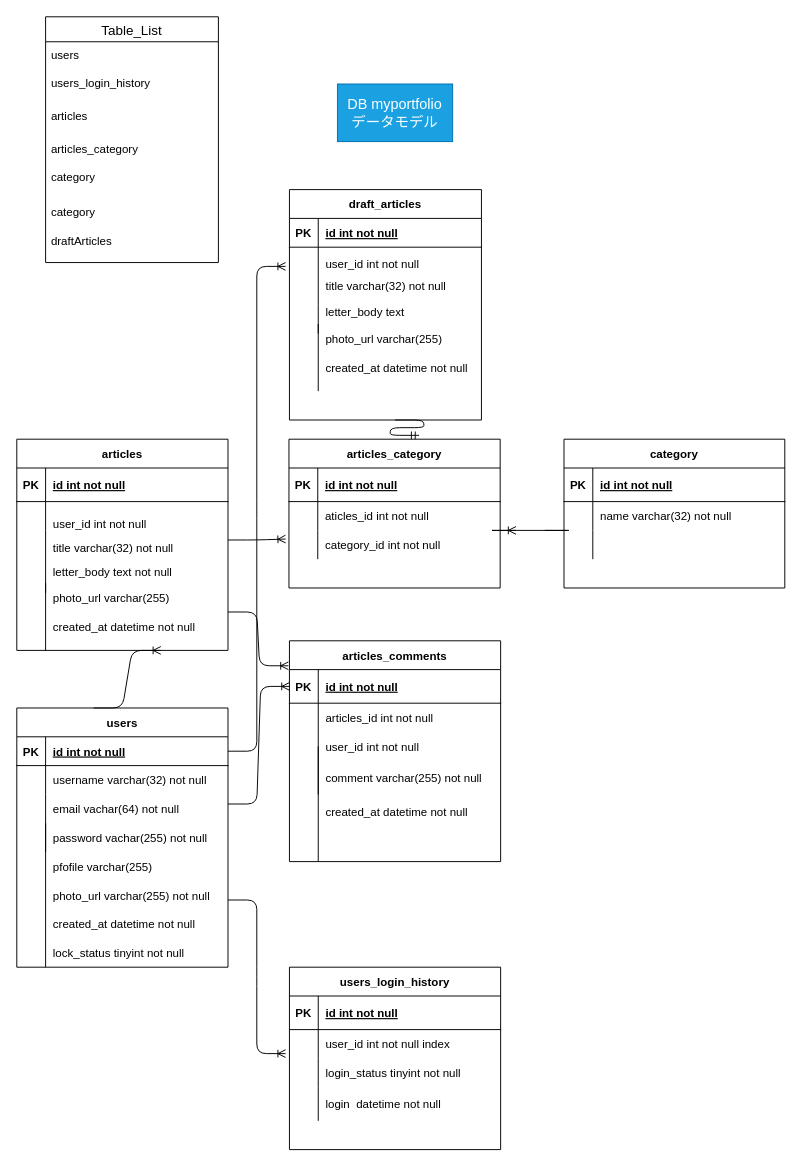
hirohana/technologypost-backend keeps this draw.io diagram as db.dio. Above is the earlier version. Source tidied: cells renumbered, new cells numbered last; positions are measured from the earlier drawing's top-left corner, leaving out a move shared by most shapes. Both pictures are drawn from the tidied source at 96%, with x=0, y=0 at pixel (16, 16).
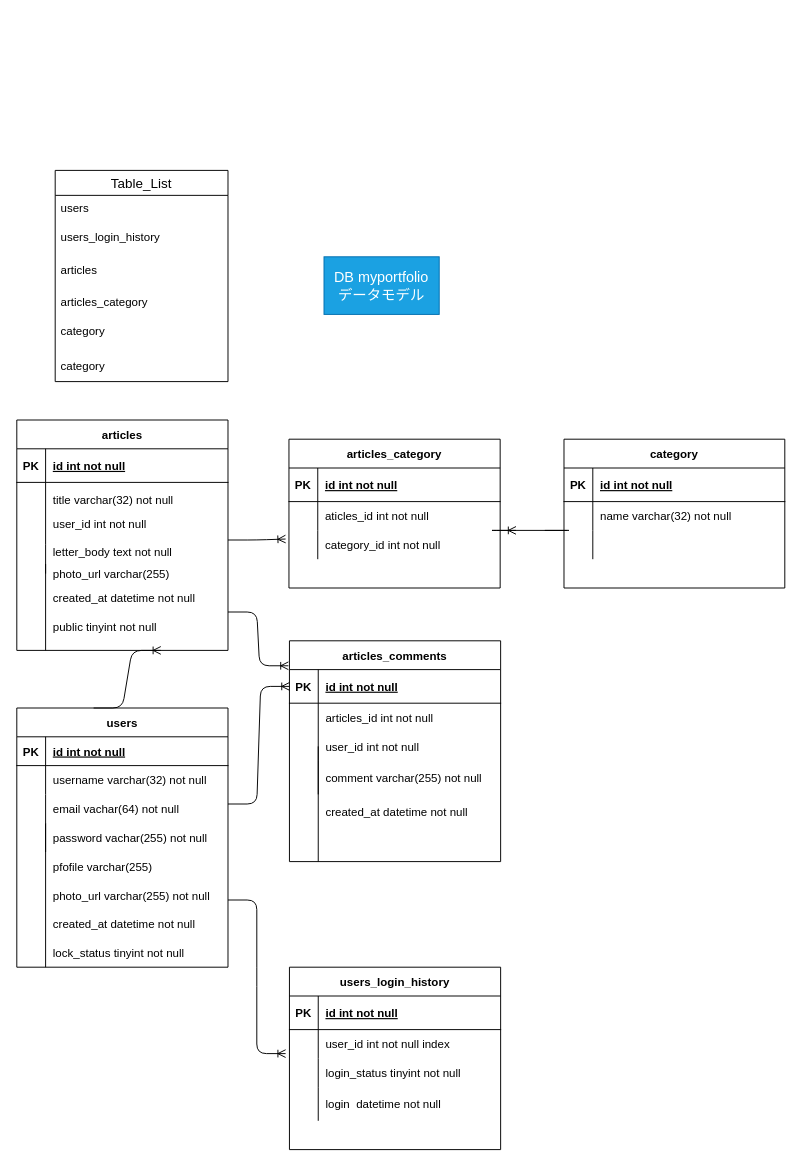
Above is the later version.

The change refers to these unchanged cells:
```xml
<mxCell id="3" style="shape=partialRectangle;fillColor=none;top=0;left=0;bottom=1;right=0;points=[[0,0.5],[1,0.5]];portConstraint=eastwest;" parent="2" vertex="1">
  <mxGeometry y="30" width="220" height="30" as="geometry" />
</mxCell>
<mxCell id="66" value="articles_category" style="shape=table;startSize=30;childLayout=tableLayout;rowLines=0;fontStyle=1;align=center;" parent="1" vertex="1">
  <mxGeometry x="283.5" y="440" width="220" height="155" as="geometry" />
</mxCell>
```

Diff of the diagram source:
```diff
@@
     <mxCell id="15" value="&lt;font style=&quot;font-size: 15px&quot;&gt;DB myportfolio&lt;br&gt;データモデル&lt;/font&gt;" style="whiteSpace=wrap;html=1;fillColor=#1ba1e2;fontColor=#ffffff;strokeColor=#006EAF;" parent="1" vertex="1">
-      <mxGeometry x="334" y="70" width="120" height="60" as="geometry" />
+      <mxGeometry x="320" y="250" width="120" height="60" as="geometry" />
     </mxCell>
     <mxCell id="16" value="articles" style="shape=table;startSize=30;childLayout=tableLayout;rowLines=0;fontStyle=1;align=center;" parent="1" vertex="1">
-      <mxGeometry y="440" width="220" height="220" as="geometry" />
+      <mxGeometry y="420" width="220" height="240" as="geometry" />
     </mxCell>
@@
+    <mxCell id="23" style="shape=partialRectangle;fillColor=none;top=0;left=0;bottom=0;right=0;" parent="16" vertex="1">
+      <mxGeometry y="65" width="220" height="35" as="geometry" />
+    </mxCell>
+    <mxCell id="24" style="shape=partialRectangle;fillColor=none;top=0;left=0;bottom=0;right=0;overflow=hidden;" parent="23" vertex="1">
+      <mxGeometry width="30" height="35" as="geometry" />
+    </mxCell>
+    <mxCell id="25" value="title varchar(32) not null" style="shape=partialRectangle;fillColor=none;top=0;left=0;bottom=0;right=0;align=left;spacingLeft=6;overflow=hidden;" parent="23" vertex="1">
+      <mxGeometry x="30" width="190" height="35" as="geometry" />
+    </mxCell>
     <mxCell id="20" style="shape=partialRectangle;fillColor=none;top=0;left=0;bottom=0;right=0;" parent="16" vertex="1">
-      <mxGeometry y="65" width="220" height="30" as="geometry" />
+      <mxGeometry y="100" width="220" height="30" as="geometry" />
     </mxCell>
@@
-    <mxCell id="23" style="shape=partialRectangle;fillColor=none;top=0;left=0;bottom=0;right=0;" parent="16" vertex="1">
-      <mxGeometry y="95" width="220" height="35" as="geometry" />
-    </mxCell>
-    <mxCell id="24" style="shape=partialRectangle;fillColor=none;top=0;left=0;bottom=0;right=0;overflow=hidden;" parent="23" vertex="1">
-      <mxGeometry width="30" height="35" as="geometry" />
-    </mxCell>
-    <mxCell id="25" value="title varchar(32) not null" style="shape=partialRectangle;fillColor=none;top=0;left=0;bottom=0;right=0;align=left;spacingLeft=6;overflow=hidden;" parent="23" vertex="1">
-      <mxGeometry x="30" width="190" height="35" as="geometry" />
-    </mxCell>
@@
     <mxCell id="29" style="shape=partialRectangle;fillColor=none;top=0;left=0;bottom=0;right=0;" parent="1" vertex="1">
-      <mxGeometry y="620" width="190" height="30" as="geometry" />
+      <mxGeometry y="590" width="190" height="30" as="geometry" />
     </mxCell>
@@
     <mxCell id="32" style="shape=partialRectangle;fillColor=none;top=0;left=0;bottom=0;right=0;" parent="1" vertex="1">
-      <mxGeometry y="590" width="180" height="30" as="geometry" />
+      <mxGeometry y="565" width="180" height="30" as="geometry" />
     </mxCell>
@@
     <mxCell id="35" style="endArrow=none;html=1;rounded=0;" parent="1" edge="1">
       <mxGeometry relative="1" as="geometry">
-        <mxPoint x="30" y="590" as="sourcePoint" />
+        <mxPoint x="30" y="570" as="sourcePoint" />
         <mxPoint x="30" y="660" as="targetPoint" />
       </mxGeometry>
     </mxCell>
@@
     <mxCell id="55" value="Table_List" style="swimlane;fontStyle=0;horizontal=1;startSize=26;align=center;fontSize=14;" parent="1" vertex="1">
-      <mxGeometry x="30" width="180" height="256" as="geometry" />
+      <mxGeometry x="40" y="160" width="180" height="220" as="geometry" />
     </mxCell>
@@
-    <mxCell id="62" value="draftArticles" style="text;strokeColor=none;fillColor=none;spacingLeft=4;spacingRight=4;overflow=hidden;fontSize=12;" parent="55" vertex="1">
-      <mxGeometry y="220" width="180" height="36" as="geometry" />
-    </mxCell>
     <mxCell id="63" value="letter_body text not null" style="shape=partialRectangle;fillColor=none;top=0;left=0;bottom=0;right=0;align=left;spacingLeft=6;overflow=hidden;" parent="1" vertex="1">
-      <mxGeometry x="30" y="560" width="190" height="35" as="geometry" />
+      <mxGeometry x="30" y="540" width="190" height="35" as="geometry" />
     </mxCell>
@@
-    <mxCell id="107" value="draft_articles" style="shape=table;startSize=30;childLayout=tableLayout;rowLines=0;fontStyle=1;align=center;" parent="1" vertex="1">
-      <mxGeometry x="284" y="180" width="200" height="240" as="geometry" />
-    </mxCell>
-    <mxCell id="108" style="shape=partialRectangle;fillColor=none;top=0;left=0;bottom=1;right=0;" parent="107" vertex="1">
-      <mxGeometry y="30" width="200" height="30" as="geometry" />
-    </mxCell>
-    <mxCell id="109" value="PK" style="shape=partialRectangle;fillColor=none;top=0;left=0;bottom=0;right=0;fontStyle=1;overflow=hidden;" parent="108" vertex="1">
-      <mxGeometry width="30" height="30" as="geometry" />
-    </mxCell>
-    <mxCell id="110" value="id int not null" style="shape=partialRectangle;fillColor=none;top=0;left=0;bottom=0;right=0;align=left;spacingLeft=6;fontStyle=5;overflow=hidden;" parent="108" vertex="1">
-      <mxGeometry x="30" width="170" height="30" as="geometry" />
-    </mxCell>
-    <mxCell id="111" style="shape=partialRectangle;fillColor=none;top=0;left=0;bottom=0;right=0;" parent="107" vertex="1">
-      <mxGeometry y="60" width="200" height="30" as="geometry" />
-    </mxCell>
-    <mxCell id="112" style="shape=partialRectangle;fillColor=none;top=0;left=0;bottom=0;right=0;overflow=hidden;" parent="111" vertex="1">
-      <mxGeometry width="30" height="30" as="geometry" />
-    </mxCell>
-    <mxCell id="113" style="shape=partialRectangle;fillColor=none;top=0;left=0;bottom=0;right=0;align=left;spacingLeft=6;overflow=hidden;" parent="111" vertex="1">
-      <mxGeometry x="30" width="170" height="30" as="geometry" />
-    </mxCell>
-    <mxCell id="114" style="shape=partialRectangle;fillColor=none;top=0;left=0;bottom=0;right=0;" parent="107" vertex="1">
-      <mxGeometry y="90" width="200" height="30" as="geometry" />
-    </mxCell>
-    <mxCell id="115" style="shape=partialRectangle;fillColor=none;top=0;left=0;bottom=0;right=0;overflow=hidden;" parent="114" vertex="1">
-      <mxGeometry width="30" height="30" as="geometry" />
-    </mxCell>
-    <mxCell id="116" style="shape=partialRectangle;fillColor=none;top=0;left=0;bottom=0;right=0;align=left;spacingLeft=6;overflow=hidden;" parent="114" vertex="1">
-      <mxGeometry x="30" width="170" height="30" as="geometry" />
-    </mxCell>
-    <mxCell id="117" style="shape=partialRectangle;fillColor=none;top=0;left=0;bottom=0;right=0;" parent="107" vertex="1">
-      <mxGeometry y="120" width="200" height="30" as="geometry" />
-    </mxCell>
-    <mxCell id="118" style="shape=partialRectangle;fillColor=none;top=0;left=0;bottom=0;right=0;overflow=hidden;" parent="117" vertex="1">
-      <mxGeometry width="30" height="30" as="geometry" />
-    </mxCell>
-    <mxCell id="119" style="shape=partialRectangle;fillColor=none;top=0;left=0;bottom=0;right=0;align=left;spacingLeft=6;overflow=hidden;" parent="117" vertex="1">
-      <mxGeometry x="30" width="170" height="30" as="geometry" />
-    </mxCell>
-    <mxCell id="120" style="shape=partialRectangle;fillColor=none;top=0;left=0;bottom=0;right=0;" parent="1" vertex="1">
-      <mxGeometry x="284" y="255" width="220" height="50" as="geometry" />
-    </mxCell>
-    <mxCell id="121" style="shape=partialRectangle;fillColor=none;top=0;left=0;bottom=0;right=0;overflow=hidden;" parent="120" vertex="1">
-      <mxGeometry x="220" y="-40" width="30" height="50" as="geometry" />
-    </mxCell>
-    <mxCell id="122" value="title varchar(32) not null" style="shape=partialRectangle;fillColor=none;top=0;left=0;bottom=0;right=0;align=left;spacingLeft=6;overflow=hidden;" parent="120" vertex="1">
-      <mxGeometry x="30" width="190" height="50" as="geometry" />
-    </mxCell>
-    <mxCell id="123" style="shape=partialRectangle;fillColor=none;top=0;left=0;bottom=0;right=0;" parent="1" vertex="1">
-      <mxGeometry x="284" y="350" width="190" height="30" as="geometry" />
-    </mxCell>
-    <mxCell id="124" style="shape=partialRectangle;fillColor=none;top=0;left=0;bottom=0;right=0;overflow=hidden;" parent="123" vertex="1">
-      <mxGeometry width="30" height="30" as="geometry" />
-    </mxCell>
-    <mxCell id="125" value="created_at datetime not null" style="shape=partialRectangle;fillColor=none;top=0;left=0;bottom=0;right=0;align=left;spacingLeft=6;overflow=hidden;" parent="123" vertex="1">
-      <mxGeometry x="30" width="160" height="30" as="geometry" />
-    </mxCell>
-    <mxCell id="126" style="shape=partialRectangle;fillColor=none;top=0;left=0;bottom=0;right=0;" parent="1" vertex="1">
-      <mxGeometry x="284" y="320" width="180" height="30" as="geometry" />
-    </mxCell>
-    <mxCell id="127" style="shape=partialRectangle;fillColor=none;top=0;left=0;bottom=0;right=0;overflow=hidden;" parent="126" vertex="1">
-      <mxGeometry width="30" height="30" as="geometry" />
-    </mxCell>
-    <mxCell id="128" value="photo_url varchar(255)" style="shape=partialRectangle;fillColor=none;top=0;left=0;bottom=0;right=0;align=left;spacingLeft=6;overflow=hidden;" parent="126" vertex="1">
-      <mxGeometry x="30" width="150" height="30" as="geometry" />
-    </mxCell>
-    <mxCell id="129" style="endArrow=none;html=1;rounded=0;" parent="1" edge="1">
-      <mxGeometry relative="1" as="geometry">
-        <mxPoint x="314" y="320" as="sourcePoint" />
-        <mxPoint x="314" y="390" as="targetPoint" />
-      </mxGeometry>
-    </mxCell>
-    <mxCell id="130" value="letter_body text " style="shape=partialRectangle;fillColor=none;top=0;left=0;bottom=0;right=0;align=left;spacingLeft=6;overflow=hidden;" parent="1" vertex="1">
-      <mxGeometry x="314" y="290" width="190" height="35" as="geometry" />
-    </mxCell>
-    <mxCell id="131" value="user_id int not null" style="shape=partialRectangle;fillColor=none;top=0;left=0;bottom=0;right=0;align=left;spacingLeft=6;overflow=hidden;" parent="1" vertex="1">
-      <mxGeometry x="314" y="240" width="190" height="35" as="geometry" />
-    </mxCell>
-    <mxCell id="132" style="edgeStyle=entityRelationEdgeStyle;fontSize=12;html=1;endArrow=ERoneToMany;exitX=1;exitY=0.5;exitDx=0;exitDy=0;" parent="1" edge="1" source="3">
-      <mxGeometry relative="1" as="geometry">
-        <mxPoint x="280" y="260" as="targetPoint" />
-      </mxGeometry>
-    </mxCell>
-    <mxCell id="133" style="edgeStyle=entityRelationEdgeStyle;fontSize=12;html=1;endArrow=ERmandOne;entryX=0.616;entryY=-0.026;entryDx=0;entryDy=0;entryPerimeter=0;" parent="1" edge="1" target="66">
-      <mxGeometry relative="1" as="geometry">
-        <mxPoint x="394" y="420" as="sourcePoint" />
-      </mxGeometry>
-    </mxCell>
+    <mxCell id="134" style="shape=partialRectangle;fillColor=none;top=0;left=0;bottom=0;right=0;" parent="1" vertex="1">
+      <mxGeometry y="620" width="190" height="30" as="geometry" />
+    </mxCell>
+    <mxCell id="135" style="shape=partialRectangle;fillColor=none;top=0;left=0;bottom=0;right=0;overflow=hidden;" parent="134" vertex="1">
+      <mxGeometry width="30" height="30" as="geometry" />
+    </mxCell>
+    <mxCell id="136" value="public tinyint not null" style="shape=partialRectangle;fillColor=none;top=0;left=0;bottom=0;right=0;align=left;spacingLeft=6;overflow=hidden;" parent="134" vertex="1">
+      <mxGeometry x="30" width="160" height="30" as="geometry" />
+    </mxCell>
```
